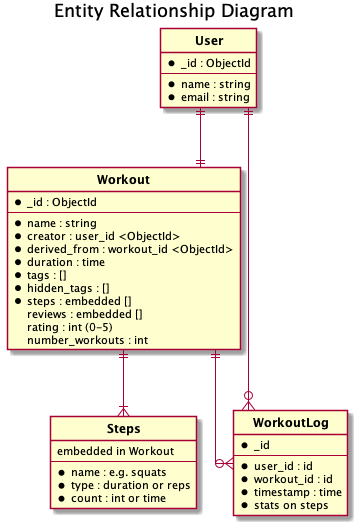
This is docs/diagrams/out/data_schema.png from wongway/tmp-form-app, a PlantUML export, as it was before one commit. Its diagram source:
```plantuml
@startuml data_schema

title Entity Relationship Diagram

hide circle
skinparam linetype ortho

entity "**User**" as User {
    * _id : ObjectId
    ---
    * name : string
    * email : string
}

entity "**Workout**" as Workout {
    * _id : ObjectId
    ---
    * name : string
    * creator : user_id <ObjectId>
    * derived_from : workout_id <ObjectId>
    * duration : time
    * tags : []
    * hidden_tags : []
    * steps : embedded []
    reviews : embedded []
    rating : int (0-5)
    number_workouts : int
}

entity "**Steps**" as Steps {
    embedded in Workout
    ---
    * name : e.g. squats
    * type : duration or reps
    * count : int or time
}

entity "**WorkoutLog**" as WorkoutLog {
    * _id
    ---
    * user_id : id
    * workout_id : id
    * timestamp : time
    * stats on steps
}

Workout ||--|{ Steps
Workout ||--o{ WorkoutLog
User ||--o{ WorkoutLog
User ||--|| Workout

@enduml
```
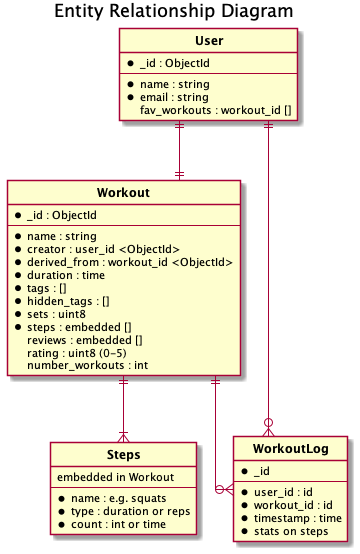
After the change.

Commit message:
Fixed a couple schema problems

Change to the diagram source:
```diff
@@ -10,6 +10,7 @@
     ---
     * name : string
     * email : string
+    fav_workouts : workout_id []
 }
 
 entity "**Workout**" as Workout {
@@ -21,9 +22,10 @@
     * duration : time
     * tags : []
     * hidden_tags : []
+    * sets : uint8
     * steps : embedded []
     reviews : embedded []
-    rating : int (0-5)
+    rating : uint8 (0-5)
     number_workouts : int
 }
 
```
